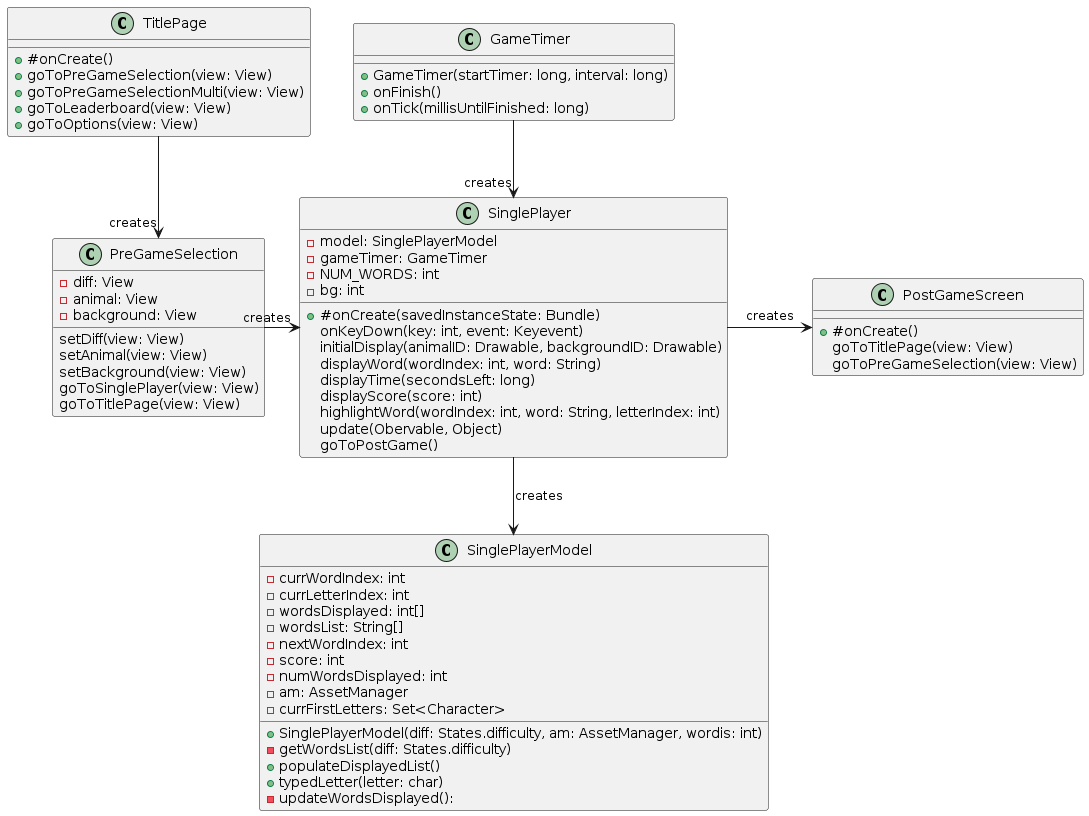
This is artefacts/human-diagrams/p1.png from sh4r10/thesis-autogen-classdiagrams, a PlantUML export, as it was before one commit.
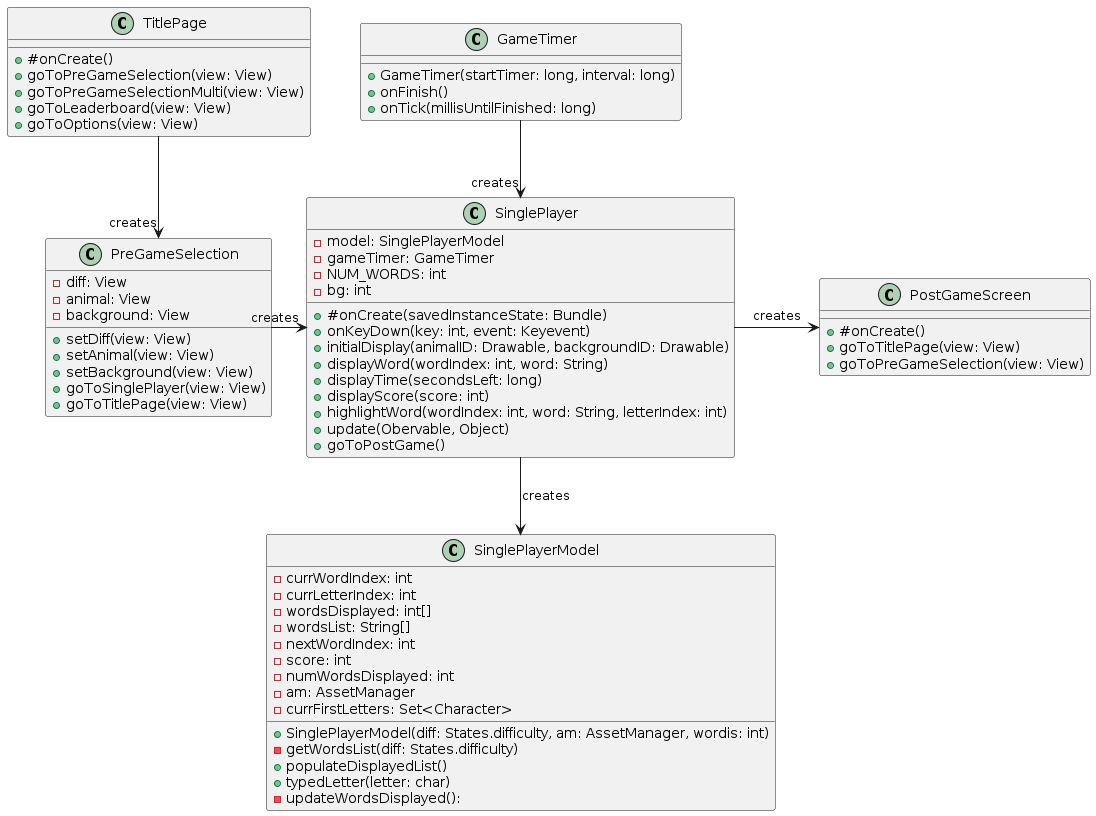
After the change.

Change to the diagram source:
```diff
@@ -16,11 +16,11 @@
     -diff: View
     -animal: View
     -background: View
-    setDiff(view: View)
-    setAnimal(view: View)
-    setBackground(view: View)
-    goToSinglePlayer(view: View)
-    goToTitlePage(view: View)
+    + setDiff(view: View)
+    + setAnimal(view: View)
+    + setBackground(view: View)
+    + goToSinglePlayer(view: View)
+    + goToTitlePage(view: View)
 }
 
 class SinglePlayer {
@@ -29,21 +29,21 @@
     -NUM_WORDS: int
     -bg: int
     + #onCreate(savedInstanceState: Bundle)
-    onKeyDown(key: int, event: Keyevent)
-    initialDisplay(animalID: Drawable, backgroundID: Drawable)
-    displayWord(wordIndex: int, word: String)
-    displayTime(secondsLeft: long)
-    displayScore(score: int)
-    highlightWord(wordIndex: int, word: String, letterIndex: int)
-    update(Obervable, Object)
-    goToPostGame()
+    + onKeyDown(key: int, event: Keyevent)
+    + initialDisplay(animalID: Drawable, backgroundID: Drawable)
+    + displayWord(wordIndex: int, word: String)
+    + displayTime(secondsLeft: long)
+    + displayScore(score: int)
+    + highlightWord(wordIndex: int, word: String, letterIndex: int)
+    + update(Obervable, Object)
+    + goToPostGame()
 
 }
 
 class PostGameScreen {
     + #onCreate()
-    goToTitlePage(view: View)
-    goToPreGameSelection(view: View)
+    + goToTitlePage(view: View)
+    + goToPreGameSelection(view: View)
 }
 class SinglePlayerModel {
     -currWordIndex: int
```
